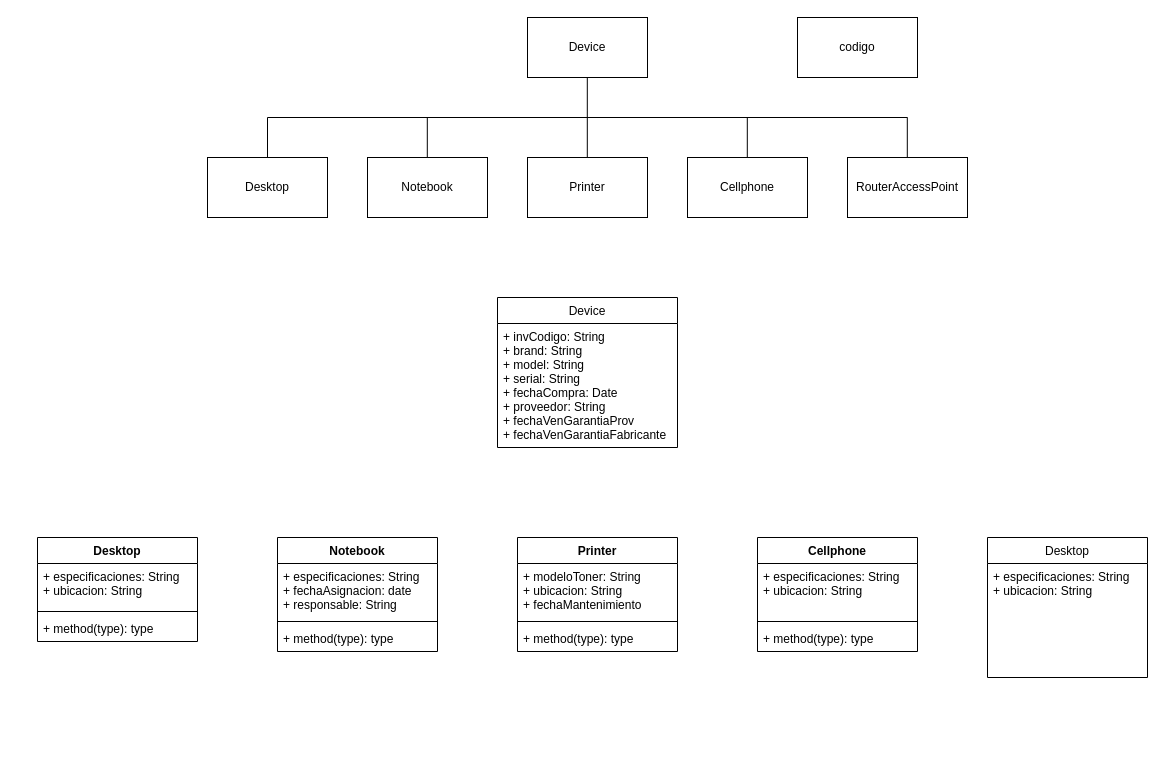
This is doc/Untitled Diagram.drawio from juliohernandezcm/proyectCoder, a draw.io file, before an edit. Source tidied: cells renumbered, new cells numbered last; positions are measured from the earlier drawing's top-left corner, leaving out a move shared by most shapes. Both pictures are drawn from the tidied source at 100%, with x=0, y=0 at pixel (37, 17).
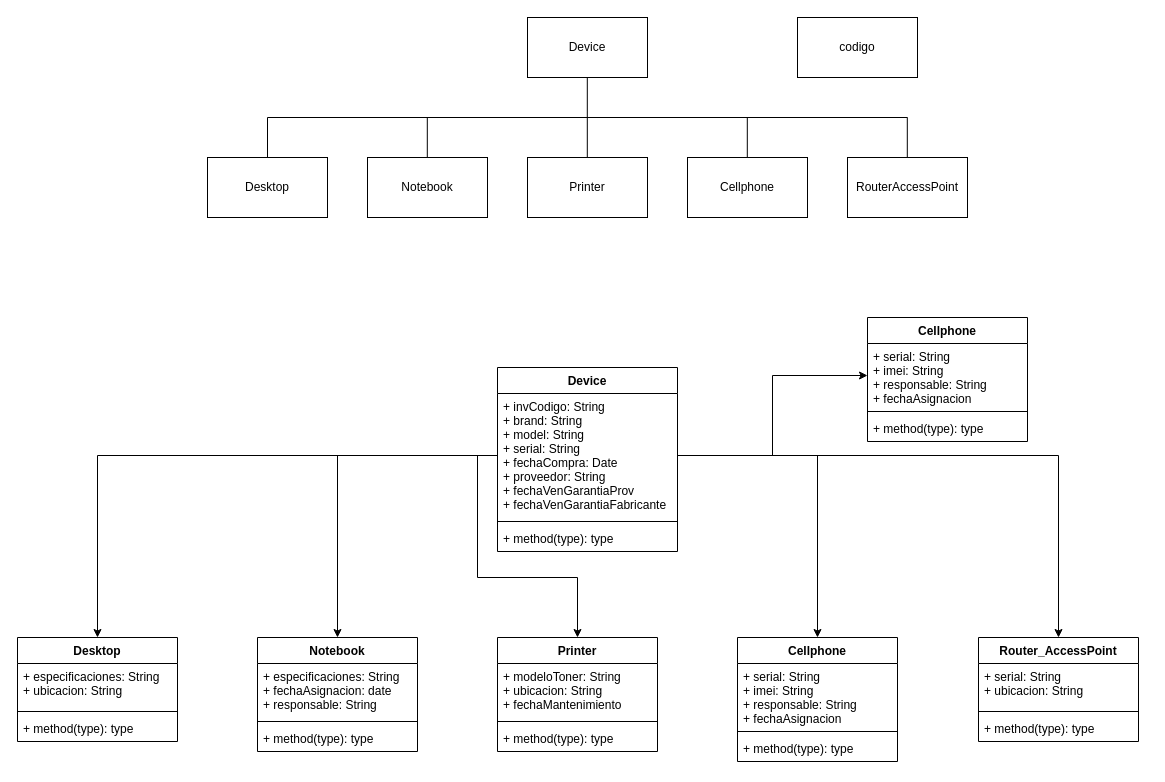
The same page after the edit.

Commit message:
clases terminadas faltan metodos

Change to the diagram source:
```diff
@@
-    <mxCell id="15" value="Device" style="swimlane;fontStyle=0;horizontal=1;startSize=26;fillColor=none;" parent="1" vertex="1">
-      <mxGeometry x="460" y="280" width="180" height="150" as="geometry" />
-    </mxCell>
-    <mxCell id="16" value="+ invCodigo: String&#10;+ brand: String&#10;+ model: String&#10;+ serial: String&#10;+ fechaCompra: Date&#10;+ proveedor: String&#10;+ fechaVenGarantiaProv&#10;+ fechaVenGarantiaFabricante" style="text;strokeColor=none;fillColor=none;align=left;verticalAlign=top;spacingLeft=4;spacingRight=4;overflow=hidden;points=[[0,0.5],[1,0.5]];portConstraint=eastwest;" parent="15" vertex="1">
-      <mxGeometry y="26" width="180" height="124" as="geometry" />
-    </mxCell>
@@
-    <mxCell id="18" value="Desktop" style="swimlane;fontStyle=0;horizontal=1;startSize=26;fillColor=none;" parent="1" vertex="1">
-      <mxGeometry x="950" y="520" width="160" height="140" as="geometry" />
-    </mxCell>
-    <mxCell id="19" value="+ especificaciones: String&#10;+ ubicacion: String&#10;" style="text;strokeColor=none;fillColor=none;align=left;verticalAlign=top;spacingLeft=4;spacingRight=4;overflow=hidden;" parent="18" vertex="1">
-      <mxGeometry y="26" width="160" height="114" as="geometry" />
-    </mxCell>
     <mxCell id="20" value="Desktop&#10;" style="swimlane;fontStyle=1;align=center;verticalAlign=top;horizontal=1;startSize=26;" parent="1" vertex="1">
-      <mxGeometry y="520" width="160" height="104" as="geometry" />
+      <mxGeometry x="-20" y="620" width="160" height="104" as="geometry" />
     </mxCell>
@@
     <mxCell id="24" value="Notebook" style="swimlane;fontStyle=1;align=center;verticalAlign=top;horizontal=1;startSize=26;" parent="1" vertex="1">
-      <mxGeometry x="240" y="520" width="160" height="114" as="geometry" />
+      <mxGeometry x="220" y="620" width="160" height="114" as="geometry" />
     </mxCell>
@@
     <mxCell id="28" value="Printer" style="swimlane;fontStyle=1;align=center;verticalAlign=top;horizontal=1;startSize=26;" parent="1" vertex="1">
-      <mxGeometry x="480" y="520" width="160" height="114" as="geometry" />
+      <mxGeometry x="460" y="620" width="160" height="114" as="geometry" />
     </mxCell>
@@
     <mxCell id="32" value="Cellphone" style="swimlane;fontStyle=1;align=center;verticalAlign=top;horizontal=1;startSize=26;" parent="1" vertex="1">
-      <mxGeometry x="720" y="520" width="160" height="114" as="geometry" />
+      <mxGeometry x="700" y="620" width="160" height="124" as="geometry" />
     </mxCell>
-    <mxCell id="33" value="+ especificaciones: String&#10;+ ubicacion: String&#10;" style="text;strokeColor=none;fillColor=none;align=left;verticalAlign=top;spacingLeft=4;spacingRight=4;overflow=hidden;" parent="32" vertex="1">
-      <mxGeometry y="26" width="160" height="54" as="geometry" />
+    <mxCell id="33" value="+ serial: String&#10;+ imei: String&#10;+ responsable: String&#10;+ fechaAsignacion" style="text;strokeColor=none;fillColor=none;align=left;verticalAlign=top;spacingLeft=4;spacingRight=4;overflow=hidden;" parent="32" vertex="1">
+      <mxGeometry y="26" width="160" height="64" as="geometry" />
     </mxCell>
     <mxCell id="34" style="line;strokeWidth=1;fillColor=none;align=left;verticalAlign=middle;spacingTop=-1;spacingLeft=3;spacingRight=3;labelPosition=right;" parent="32" vertex="1">
-      <mxGeometry y="80" width="160" height="8" as="geometry" />
+      <mxGeometry y="90" width="160" height="8" as="geometry" />
     </mxCell>
     <mxCell id="35" value="+ method(type): type" style="text;strokeColor=none;fillColor=none;align=left;verticalAlign=top;spacingLeft=4;spacingRight=4;overflow=hidden;" parent="32" vertex="1">
-      <mxGeometry y="88" width="160" height="26" as="geometry" />
+      <mxGeometry y="98" width="160" height="26" as="geometry" />
     </mxCell>
+    <mxCell id="36" value="Router_AccessPoint" style="swimlane;fontStyle=1;align=center;verticalAlign=top;horizontal=1;startSize=26;" parent="1" vertex="1">
+      <mxGeometry x="941" y="620" width="160" height="104" as="geometry" />
+    </mxCell>
+    <mxCell id="37" value="+ serial: String&#10;+ ubicacion: String&#10;" style="text;strokeColor=none;fillColor=none;align=left;verticalAlign=top;spacingLeft=4;spacingRight=4;overflow=hidden;" parent="36" vertex="1">
+      <mxGeometry y="26" width="160" height="44" as="geometry" />
+    </mxCell>
+    <mxCell id="38" style="line;strokeWidth=1;fillColor=none;align=left;verticalAlign=middle;spacingTop=-1;spacingLeft=3;spacingRight=3;labelPosition=right;" parent="36" vertex="1">
+      <mxGeometry y="70" width="160" height="8" as="geometry" />
+    </mxCell>
+    <mxCell id="39" value="+ method(type): type" style="text;strokeColor=none;fillColor=none;align=left;verticalAlign=top;spacingLeft=4;spacingRight=4;overflow=hidden;" parent="36" vertex="1">
+      <mxGeometry y="78" width="160" height="26" as="geometry" />
+    </mxCell>
+    <mxCell id="40" value="Cellphone" style="swimlane;fontStyle=1;align=center;verticalAlign=top;horizontal=1;startSize=26;" parent="1" vertex="1">
+      <mxGeometry x="830" y="300" width="160" height="124" as="geometry" />
+    </mxCell>
+    <mxCell id="41" value="+ serial: String&#10;+ imei: String&#10;+ responsable: String&#10;+ fechaAsignacion" style="text;strokeColor=none;fillColor=none;align=left;verticalAlign=top;spacingLeft=4;spacingRight=4;overflow=hidden;points=[[0,0.5],[1,0.5]];portConstraint=eastwest;" parent="40" vertex="1">
+      <mxGeometry y="26" width="160" height="64" as="geometry" />
+    </mxCell>
+    <mxCell id="42" style="line;strokeWidth=1;fillColor=none;align=left;verticalAlign=middle;spacingTop=-1;spacingLeft=3;spacingRight=3;labelPosition=right;" parent="40" vertex="1">
+      <mxGeometry y="90" width="160" height="8" as="geometry" />
+    </mxCell>
+    <mxCell id="43" value="+ method(type): type" style="text;strokeColor=none;fillColor=none;align=left;verticalAlign=top;spacingLeft=4;spacingRight=4;overflow=hidden;" parent="40" vertex="1">
+      <mxGeometry y="98" width="160" height="26" as="geometry" />
+    </mxCell>
+    <mxCell id="15" value="Device" style="swimlane;fontStyle=1;align=center;verticalAlign=top;horizontal=1;startSize=26;" parent="1" vertex="1">
+      <mxGeometry x="460" y="350" width="180" height="184" as="geometry" />
+    </mxCell>
+    <mxCell id="16" value="+ invCodigo: String&#10;+ brand: String&#10;+ model: String&#10;+ serial: String&#10;+ fechaCompra: Date&#10;+ proveedor: String&#10;+ fechaVenGarantiaProv&#10;+ fechaVenGarantiaFabricante" style="text;strokeColor=none;fillColor=none;align=left;verticalAlign=top;spacingLeft=4;spacingRight=4;overflow=hidden;points=[[0,0.5],[1,0.5]];portConstraint=eastwest;" parent="15" vertex="1">
+      <mxGeometry y="26" width="180" height="124" as="geometry" />
+    </mxCell>
+    <mxCell id="44" style="line;strokeWidth=1;fillColor=none;align=left;verticalAlign=middle;spacingTop=-1;spacingLeft=3;spacingRight=3;labelPosition=right;" parent="15" vertex="1">
+      <mxGeometry y="150" width="180" height="8" as="geometry" />
+    </mxCell>
+    <mxCell id="45" value="+ method(type): type" style="text;strokeColor=none;fillColor=none;align=left;verticalAlign=top;spacingLeft=4;spacingRight=4;overflow=hidden;" parent="15" vertex="1">
+      <mxGeometry y="158" width="180" height="26" as="geometry" />
+    </mxCell>
+    <mxCell id="46" style="edgeStyle=orthogonalEdgeStyle;rounded=0;jettySize=auto;html=1;entryX=0.5;entryY=0;entryDx=0;entryDy=0;" parent="1" edge="1" source="16" target="20">
+      <mxGeometry relative="1" as="geometry" />
+    </mxCell>
+    <mxCell id="47" style="edgeStyle=orthogonalEdgeStyle;rounded=0;jettySize=auto;html=1;entryX=0.5;entryY=0;entryDx=0;entryDy=0;" parent="1" edge="1" source="16" target="24">
+      <mxGeometry relative="1" as="geometry" />
+    </mxCell>
+    <mxCell id="48" style="edgeStyle=orthogonalEdgeStyle;rounded=0;jettySize=auto;html=1;exitX=1;exitY=0.5;exitDx=0;exitDy=0;entryX=0.5;entryY=0;entryDx=0;entryDy=0;" parent="1" edge="1" source="16" target="36">
+      <mxGeometry relative="1" as="geometry" />
+    </mxCell>
+    <mxCell id="49" style="edgeStyle=orthogonalEdgeStyle;rounded=0;jettySize=auto;html=1;" parent="1" edge="1" source="16" target="32">
+      <mxGeometry relative="1" as="geometry" />
+    </mxCell>
+    <mxCell id="50" style="edgeStyle=orthogonalEdgeStyle;rounded=0;jettySize=auto;html=1;entryX=0.5;entryY=0;entryDx=0;entryDy=0;" parent="1" edge="1" source="16" target="28">
+      <mxGeometry relative="1" as="geometry" />
+    </mxCell>
+    <mxCell id="51" style="edgeStyle=orthogonalEdgeStyle;rounded=0;jettySize=auto;html=1;entryX=0;entryY=0.5;entryDx=0;entryDy=0;" parent="1" edge="1" source="16" target="41">
+      <mxGeometry relative="1" as="geometry" />
+    </mxCell>
```
